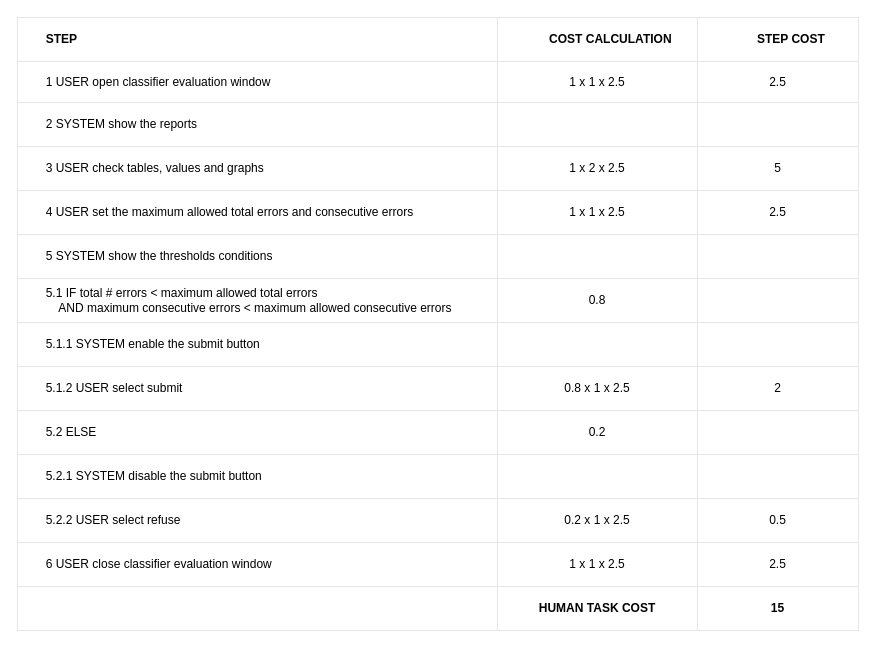
The draw.io diagram evaluate classifier/EVALUATE_CLASSIFIER_TABLE.drawio in BaffoBello14/AutomaticDamagesRecognition, before the edit. Source tidied: cells renumbered, new cells numbered last; positions are measured from the earlier drawing's top-left corner, leaving out a move shared by most shapes. Both pictures are drawn from the tidied source at 100%, with x=0, y=0 at pixel (17, 17).
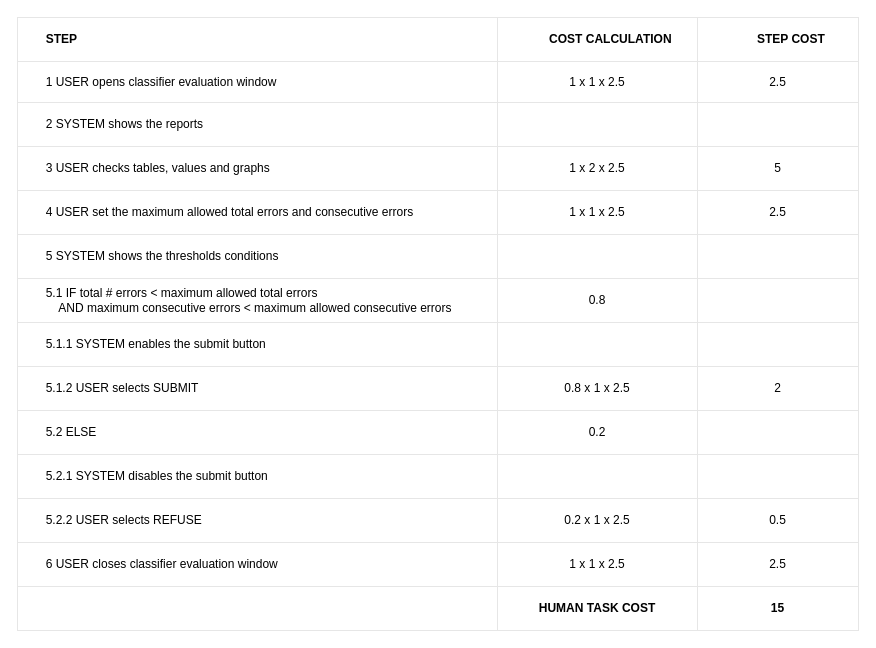
The same page after the edit.

The change refers to these unchanged cells:
```xml
<mxCell id="7" style="shape=tableRow;horizontal=0;startSize=0;swimlaneHead=0;swimlaneBody=0;top=0;left=0;bottom=0;right=0;fontStyle=0;fillColor=none;strokeColor=inherit;align=center;" parent="2" vertex="1">
  <mxGeometry y="44" width="841" height="41" as="geometry" />
</mxCell>
<mxCell id="11" style="shape=tableRow;horizontal=0;startSize=0;swimlaneHead=0;swimlaneBody=0;top=0;left=0;bottom=0;right=0;fontStyle=0;fillColor=none;strokeColor=inherit;align=center;" parent="2" vertex="1">
  <mxGeometry y="85" width="841" height="44" as="geometry" />
</mxCell>
<mxCell id="15" style="shape=tableRow;horizontal=0;startSize=0;swimlaneHead=0;swimlaneBody=0;top=0;left=0;bottom=0;right=0;fontStyle=0;fillColor=none;strokeColor=inherit;align=center;" parent="2" vertex="1">
  <mxGeometry y="129" width="841" height="44" as="geometry" />
</mxCell>
<mxCell id="23" style="shape=tableRow;horizontal=0;startSize=0;swimlaneHead=0;swimlaneBody=0;top=0;left=0;bottom=0;right=0;fontStyle=0;fillColor=none;strokeColor=inherit;align=center;" parent="2" vertex="1">
  <mxGeometry y="217" width="841" height="44" as="geometry" />
</mxCell>
<mxCell id="31" style="shape=tableRow;horizontal=0;startSize=0;swimlaneHead=0;swimlaneBody=0;top=0;left=0;bottom=0;right=0;fontStyle=0;fillColor=none;strokeColor=inherit;align=center;" parent="2" vertex="1">
  <mxGeometry y="305" width="841" height="44" as="geometry" />
</mxCell>
<mxCell id="35" style="shape=tableRow;horizontal=0;startSize=0;swimlaneHead=0;swimlaneBody=0;top=0;left=0;bottom=0;right=0;fontStyle=0;fillColor=none;strokeColor=inherit;align=center;" parent="2" vertex="1">
  <mxGeometry y="349" width="841" height="44" as="geometry" />
</mxCell>
<mxCell id="43" style="shape=tableRow;horizontal=0;startSize=0;swimlaneHead=0;swimlaneBody=0;top=0;left=0;bottom=0;right=0;fontStyle=0;fillColor=none;strokeColor=inherit;align=center;" parent="2" vertex="1">
  <mxGeometry y="437" width="841" height="44" as="geometry" />
</mxCell>
<mxCell id="47" style="shape=tableRow;horizontal=0;startSize=0;swimlaneHead=0;swimlaneBody=0;top=0;left=0;bottom=0;right=0;fontStyle=0;fillColor=none;strokeColor=inherit;align=center;" parent="2" vertex="1">
  <mxGeometry y="481" width="841" height="44" as="geometry" />
</mxCell>
<mxCell id="51" style="shape=tableRow;horizontal=0;startSize=0;swimlaneHead=0;swimlaneBody=0;top=0;left=0;bottom=0;right=0;fontStyle=0;fillColor=none;strokeColor=inherit;align=center;" parent="2" vertex="1">
  <mxGeometry y="525" width="841" height="44" as="geometry" />
</mxCell>
```

Change to the diagram source:
```diff
@@
-    <mxCell id="8" value="&lt;span style=&quot;white-space: pre;&quot;&gt;&#9;&lt;/span&gt;1 USER open classifier evaluation window&amp;nbsp;" style="strokeColor=inherit;fillColor=none;align=left;whiteSpace=wrap;html=1;labelPosition=center;verticalLabelPosition=middle;verticalAlign=middle;" parent="7" vertex="1">
+    <mxCell id="8" value="&lt;span style=&quot;white-space: pre;&quot;&gt;&#9;&lt;/span&gt;1 USER opens classifier evaluation window&amp;nbsp;" style="strokeColor=inherit;fillColor=none;align=left;whiteSpace=wrap;html=1;labelPosition=center;verticalLabelPosition=middle;verticalAlign=middle;" parent="7" vertex="1">
       <mxGeometry width="480" height="41" as="geometry" />
     </mxCell>
@@
-    <mxCell id="12" value="&lt;span style=&quot;white-space: pre;&quot;&gt;&#9;&lt;/span&gt;2 SYSTEM show the reports" style="strokeColor=inherit;fillColor=none;align=left;whiteSpace=wrap;html=1;labelPosition=center;verticalLabelPosition=middle;verticalAlign=middle;" parent="11" vertex="1">
+    <mxCell id="12" value="&lt;span style=&quot;white-space: pre;&quot;&gt;&#9;&lt;/span&gt;2 SYSTEM shows the reports" style="strokeColor=inherit;fillColor=none;align=left;whiteSpace=wrap;html=1;labelPosition=center;verticalLabelPosition=middle;verticalAlign=middle;" parent="11" vertex="1">
       <mxGeometry width="480" height="44" as="geometry" />
     </mxCell>
@@
-    <mxCell id="16" value="&lt;div style=&quot;&quot;&gt;&lt;span style=&quot;background-color: initial;&quot;&gt;&lt;span style=&quot;white-space: pre;&quot;&gt;&#9;&lt;/span&gt;3 USER check tables, values and graphs&lt;/span&gt;&lt;/div&gt;" style="strokeColor=inherit;fillColor=none;align=left;whiteSpace=wrap;html=1;labelPosition=center;verticalLabelPosition=middle;verticalAlign=middle;" parent="15" vertex="1">
+    <mxCell id="16" value="&lt;div style=&quot;&quot;&gt;&lt;span style=&quot;background-color: initial;&quot;&gt;&lt;span style=&quot;white-space: pre;&quot;&gt;&#9;&lt;/span&gt;3 USER checks tables, values and graphs&lt;/span&gt;&lt;/div&gt;" style="strokeColor=inherit;fillColor=none;align=left;whiteSpace=wrap;html=1;labelPosition=center;verticalLabelPosition=middle;verticalAlign=middle;" parent="15" vertex="1">
       <mxGeometry width="480" height="44" as="geometry" />
     </mxCell>
@@
-    <mxCell id="24" value="&lt;span style=&quot;white-space: pre;&quot;&gt;&#9;&lt;/span&gt;5 SYSTEM show the thresholds conditions" style="strokeColor=inherit;fillColor=none;align=left;whiteSpace=wrap;html=1;labelPosition=center;verticalLabelPosition=middle;verticalAlign=middle;" parent="23" vertex="1">
+    <mxCell id="24" value="&lt;span style=&quot;white-space: pre;&quot;&gt;&#9;&lt;/span&gt;5 SYSTEM shows the thresholds conditions" style="strokeColor=inherit;fillColor=none;align=left;whiteSpace=wrap;html=1;labelPosition=center;verticalLabelPosition=middle;verticalAlign=middle;" parent="23" vertex="1">
       <mxGeometry width="480" height="44" as="geometry" />
     </mxCell>
@@
-    <mxCell id="32" value="&lt;span style=&quot;white-space: pre;&quot;&gt;&#9;&lt;/span&gt;5.1.1 SYSTEM enable the submit button" style="strokeColor=inherit;fillColor=none;align=left;whiteSpace=wrap;html=1;labelPosition=center;verticalLabelPosition=middle;verticalAlign=middle;" parent="31" vertex="1">
+    <mxCell id="32" value="&lt;span style=&quot;white-space: pre;&quot;&gt;&#9;&lt;/span&gt;5.1.1 SYSTEM enables the submit button" style="strokeColor=inherit;fillColor=none;align=left;whiteSpace=wrap;html=1;labelPosition=center;verticalLabelPosition=middle;verticalAlign=middle;" parent="31" vertex="1">
       <mxGeometry width="480" height="44" as="geometry" />
     </mxCell>
@@
-    <mxCell id="36" value="&lt;span style=&quot;white-space: pre;&quot;&gt;&#9;&lt;/span&gt;5.1.2 USER select submit" style="strokeColor=inherit;fillColor=none;align=left;whiteSpace=wrap;html=1;labelPosition=center;verticalLabelPosition=middle;verticalAlign=middle;" parent="35" vertex="1">
+    <mxCell id="36" value="&lt;span style=&quot;white-space: pre;&quot;&gt;&#9;&lt;/span&gt;5.1.2 USER selects SUBMIT" style="strokeColor=inherit;fillColor=none;align=left;whiteSpace=wrap;html=1;labelPosition=center;verticalLabelPosition=middle;verticalAlign=middle;" parent="35" vertex="1">
       <mxGeometry width="480" height="44" as="geometry" />
     </mxCell>
@@
-    <mxCell id="44" value="&lt;span style=&quot;white-space: pre;&quot;&gt;&#9;&lt;/span&gt;5.2.1 SYSTEM disable the submit button" style="strokeColor=inherit;fillColor=none;align=left;whiteSpace=wrap;html=1;labelPosition=center;verticalLabelPosition=middle;verticalAlign=middle;" parent="43" vertex="1">
+    <mxCell id="44" value="&lt;span style=&quot;white-space: pre;&quot;&gt;&#9;&lt;/span&gt;5.2.1 SYSTEM disables the submit button" style="strokeColor=inherit;fillColor=none;align=left;whiteSpace=wrap;html=1;labelPosition=center;verticalLabelPosition=middle;verticalAlign=middle;" parent="43" vertex="1">
       <mxGeometry width="480" height="44" as="geometry" />
     </mxCell>
@@
-    <mxCell id="48" value="&#9;&lt;span style=&quot;white-space: pre;&quot;&gt;&#9;&lt;/span&gt;5.2.2 USER select refuse" style="strokeColor=inherit;fillColor=none;align=left;whiteSpace=wrap;html=1;labelPosition=center;verticalLabelPosition=middle;verticalAlign=middle;" parent="47" vertex="1">
+    <mxCell id="48" value="&#9;&lt;span style=&quot;white-space: pre;&quot;&gt;&#9;&lt;/span&gt;5.2.2 USER selects REFUSE" style="strokeColor=inherit;fillColor=none;align=left;whiteSpace=wrap;html=1;labelPosition=center;verticalLabelPosition=middle;verticalAlign=middle;" parent="47" vertex="1">
       <mxGeometry width="480" height="44" as="geometry" />
     </mxCell>
@@
-    <mxCell id="52" value="&lt;span style=&quot;white-space: pre;&quot;&gt;&#9;&lt;/span&gt;6&amp;nbsp;USER close classifier evaluation window&amp;nbsp;" style="strokeColor=inherit;fillColor=none;align=left;whiteSpace=wrap;html=1;labelPosition=center;verticalLabelPosition=middle;verticalAlign=middle;" parent="51" vertex="1">
+    <mxCell id="52" value="&lt;span style=&quot;white-space: pre;&quot;&gt;&#9;&lt;/span&gt;6&amp;nbsp;USER closes classifier evaluation window&amp;nbsp;" style="strokeColor=inherit;fillColor=none;align=left;whiteSpace=wrap;html=1;labelPosition=center;verticalLabelPosition=middle;verticalAlign=middle;" parent="51" vertex="1">
       <mxGeometry width="480" height="44" as="geometry" />
     </mxCell>
```
